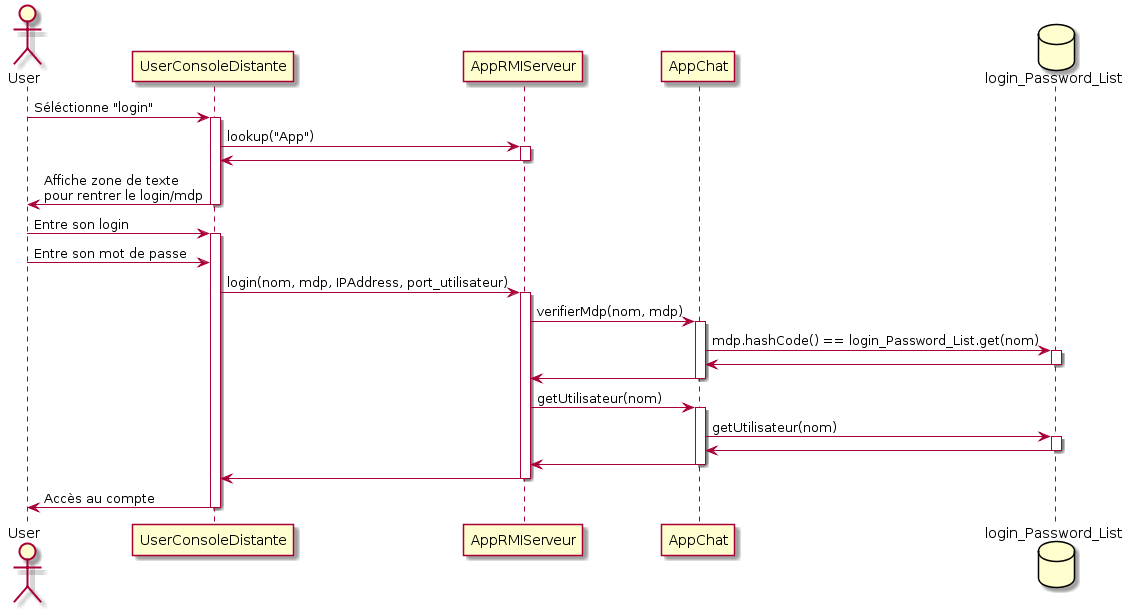
The PlantUML diagram UML/diagrammes de sequence/login.png in XgLsuLzRMy/AppChat, before a commit.
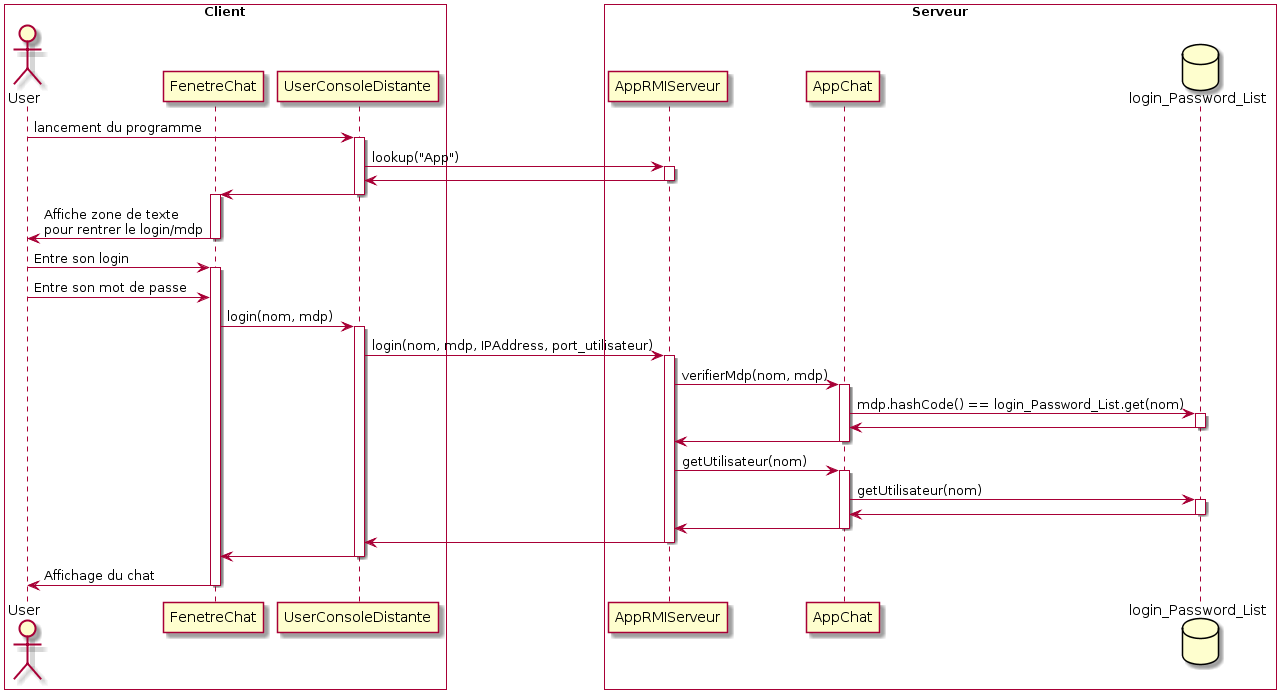
The same file after the commit.

Commit message:
Update diagrammes de séquence

Diff of the diagram source:
```diff
@@ -1,11 +1,16 @@
 @startuml
-actor User
-participant UserConsoleDistante
-participant AppRMIServeur
-participant AppChat
-database login_Password_List
+box "Client" #white
+    actor User
+    participant FenetreChat
+    participant UserConsoleDistante
+end box
+box "Serveur" #white
+    participant AppRMIServeur
+    participant AppChat
+    database login_Password_List
+end box
 
-User -> UserConsoleDistante : Séléctionne "login"
+User -> UserConsoleDistante : lancement du programme
 activate UserConsoleDistante
 
 UserConsoleDistante -> AppRMIServeur : lookup("App")
@@ -13,12 +18,19 @@
 AppRMIServeur -> UserConsoleDistante
 deactivate AppRMIServeur
 
-UserConsoleDistante -> User : Affiche zone de texte\npour rentrer le login/mdp
+UserConsoleDistante -> FenetreChat
 deactivate UserConsoleDistante
+activate FenetreChat
 
-User -> UserConsoleDistante : Entre son login
+FenetreChat -> User : Affiche zone de texte\npour rentrer le login/mdp
+deactivate FenetreChat
+
+User -> FenetreChat: Entre son login
+activate FenetreChat
+User -> FenetreChat: Entre son mot de passe
+
+FenetreChat -> UserConsoleDistante : login(nom, mdp)
 activate UserConsoleDistante
-User -> UserConsoleDistante : Entre son mot de passe
 
 UserConsoleDistante -> AppRMIServeur : login(nom, mdp, IPAddress, port_utilisateur)
 activate AppRMIServeur
@@ -50,6 +62,9 @@
 AppRMIServeur -> UserConsoleDistante
 deactivate AppRMIServeur
 
-UserConsoleDistante -> User : Accès au compte
+UserConsoleDistante -> FenetreChat
 deactivate UserConsoleDistante
+
+FenetreChat -> User : Affichage du chat
+deactivate FenetreChat
 @enduml
```
